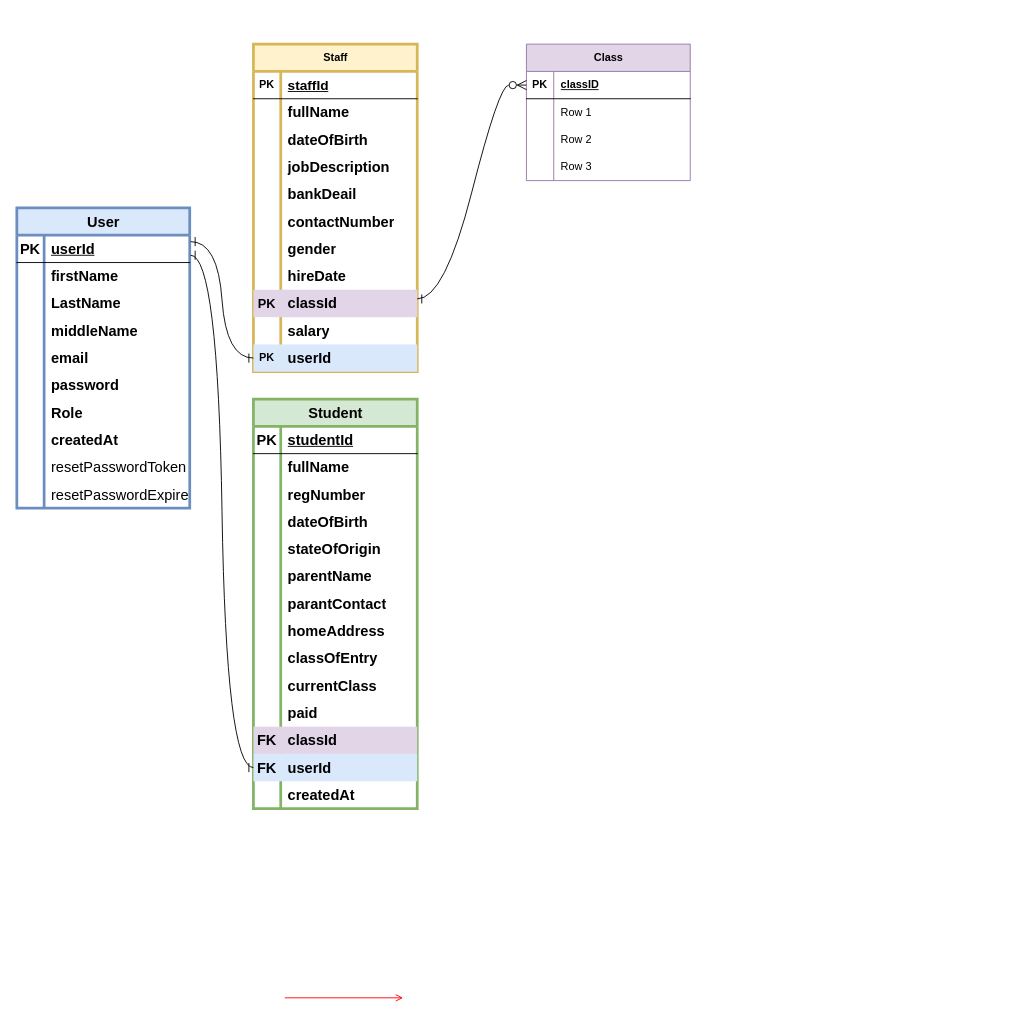
Earlier version of the draw.io diagram Untitled Diagram.drawio (Agu-Bright/umldiagram). Source tidied: cells renumbered, new cells numbered last; positions are measured from the earlier drawing's top-left corner, leaving out a move shared by most shapes. Both pictures are drawn from the tidied source at 91%, with x=0, y=0 at pixel (16, 44).
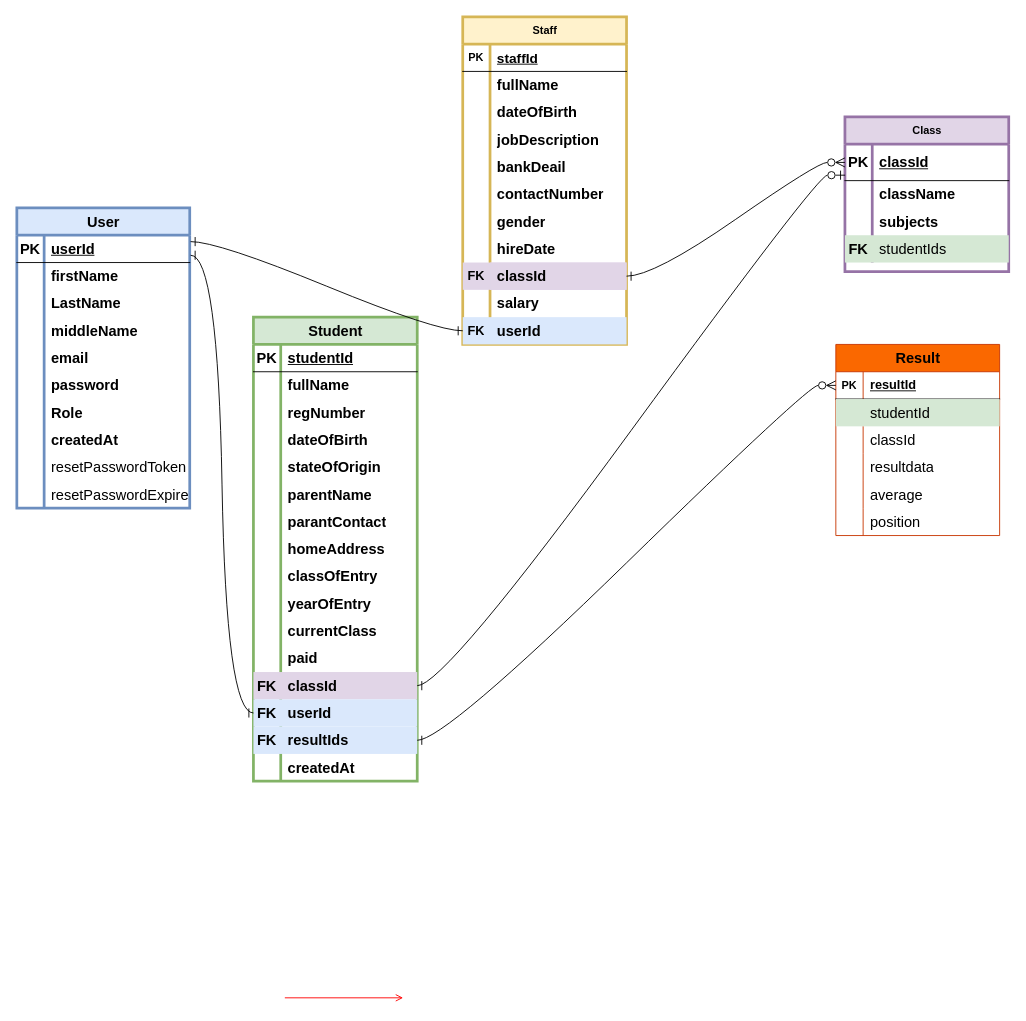
Above is the later version.

Unchanged cells that the change refers to:
```xml
<mxCell id="103" style="shape=tableRow;horizontal=0;startSize=0;swimlaneHead=0;swimlaneBody=0;fillColor=#e1d5e7;points=[[0,0.5],[1,0.5]];portConstraint=eastwest;top=0;left=0;right=0;bottom=0;strokeColor=#9673a6;" parent="78" vertex="1">
  <mxGeometry y="270" width="180" height="30" as="geometry" />
</mxCell>
<mxCell id="109" style="shape=tableRow;horizontal=0;startSize=0;swimlaneHead=0;swimlaneBody=0;fillColor=#dae8fc;points=[[0,0.5],[1,0.5]];portConstraint=eastwest;top=0;left=0;right=0;bottom=0;strokeColor=#6c8ebf;" parent="78" vertex="1">
  <mxGeometry y="330" width="180" height="30" as="geometry" />
</mxCell>
```

Change to the diagram source:
```diff
@@
     <mxCell id="34" value="Student" style="shape=table;startSize=30;childLayout=tableLayout;rowLines=0;fontStyle=1;align=center;html=1;fontSize=16;fillColor=#d5e8d4;strokeColor=#82b366;strokeWidth=3;" parent="1" vertex="1">
-      <mxGeometry x="260" y="390" width="180" height="450" as="geometry" />
+      <mxGeometry x="260" y="300" width="180" height="510" as="geometry" />
     </mxCell>
@@
-    <mxCell id="59" style="shape=tableRow;horizontal=0;startSize=0;swimlaneHead=0;swimlaneBody=0;fillColor=none;top=0;left=0;right=0;bottom=0;fontSize=16;" parent="34" vertex="1">
+    <mxCell id="59" style="shape=tableRow;horizontal=0;startSize=0;swimlaneHead=0;swimlaneBody=0;fillColor=none;top=0;left=0;right=0;bottom=0;fontSize=16;rounded=0;shadow=0;swimlaneLine=1;" parent="34" vertex="1">
       <mxGeometry y="270" width="180" height="30" as="geometry" />
     </mxCell>
@@
+    <mxCell id="127" style="shape=tableRow;horizontal=0;startSize=0;swimlaneHead=0;swimlaneBody=0;fillColor=none;top=0;left=0;right=0;bottom=0;fontSize=16;" parent="34" vertex="1">
+      <mxGeometry y="300" width="180" height="30" as="geometry" />
+    </mxCell>
+    <mxCell id="128" style="shape=partialRectangle;fillColor=none;top=0;left=0;bottom=0;right=0;overflow=hidden;whiteSpace=wrap;html=1;fontSize=16;" parent="127" vertex="1">
+      <mxGeometry width="30" height="30" as="geometry" />
+    </mxCell>
+    <mxCell id="129" value="&lt;b&gt;yearOfEntry&lt;/b&gt;" style="shape=partialRectangle;fillColor=none;top=0;left=0;bottom=0;right=0;align=left;spacingLeft=6;overflow=hidden;whiteSpace=wrap;html=1;fontSize=16;" parent="127" vertex="1">
+      <mxGeometry x="30" width="150" height="30" as="geometry" />
+    </mxCell>
     <mxCell id="62" style="shape=tableRow;horizontal=0;startSize=0;swimlaneHead=0;swimlaneBody=0;fillColor=none;top=0;left=0;right=0;bottom=0;fontSize=16;" parent="34" vertex="1">
-      <mxGeometry y="300" width="180" height="30" as="geometry" />
+      <mxGeometry y="330" width="180" height="30" as="geometry" />
     </mxCell>
@@
     <mxCell id="65" style="shape=tableRow;horizontal=0;startSize=0;swimlaneHead=0;swimlaneBody=0;fillColor=none;top=0;left=0;right=0;bottom=0;fontSize=16;" parent="34" vertex="1">
-      <mxGeometry y="330" width="180" height="30" as="geometry" />
+      <mxGeometry y="360" width="180" height="30" as="geometry" />
     </mxCell>
@@
     <mxCell id="68" style="shape=tableRow;horizontal=0;startSize=0;swimlaneHead=0;swimlaneBody=0;fillColor=#e1d5e7;points=[[0,0.5],[1,0.5]];portConstraint=eastwest;top=0;left=0;right=0;bottom=0;fontSize=16;strokeColor=#9673a6;" parent="34" vertex="1">
-      <mxGeometry y="360" width="180" height="30" as="geometry" />
+      <mxGeometry y="390" width="180" height="30" as="geometry" />
     </mxCell>
@@
     <mxCell id="71" style="shape=tableRow;horizontal=0;startSize=0;swimlaneHead=0;swimlaneBody=0;fillColor=#dae8fc;points=[[0,0.5],[1,0.5]];portConstraint=eastwest;top=0;left=0;right=0;bottom=0;fontSize=16;strokeColor=#6c8ebf;" parent="34" vertex="1">
-      <mxGeometry y="390" width="180" height="30" as="geometry" />
+      <mxGeometry y="420" width="180" height="30" as="geometry" />
     </mxCell>
@@
+    <mxCell id="130" style="shape=tableRow;horizontal=0;startSize=0;swimlaneHead=0;swimlaneBody=0;fillColor=#dae8fc;points=[[0,0.5],[1,0.5]];portConstraint=eastwest;top=0;left=0;right=0;bottom=0;fontSize=16;strokeColor=#6c8ebf;" parent="34" vertex="1">
+      <mxGeometry y="450" width="180" height="30" as="geometry" />
+    </mxCell>
+    <mxCell id="131" value="&lt;b&gt;FK&lt;/b&gt;" style="shape=partialRectangle;fillColor=none;top=0;left=0;bottom=0;right=0;overflow=hidden;whiteSpace=wrap;html=1;fontSize=16;" parent="130" vertex="1">
+      <mxGeometry width="30" height="30" as="geometry" />
+    </mxCell>
+    <mxCell id="132" value="&lt;b&gt;resultIds&lt;/b&gt;" style="shape=partialRectangle;fillColor=none;top=0;left=0;bottom=0;right=0;align=left;spacingLeft=6;overflow=hidden;whiteSpace=wrap;html=1;fontSize=16;" parent="130" vertex="1">
+      <mxGeometry x="30" width="150" height="30" as="geometry" />
+    </mxCell>
     <mxCell id="74" style="shape=tableRow;horizontal=0;startSize=0;swimlaneHead=0;swimlaneBody=0;fillColor=none;top=0;left=0;right=0;bottom=0;fontSize=16;" parent="34" vertex="1">
-      <mxGeometry y="420" width="180" height="30" as="geometry" />
+      <mxGeometry y="480" width="180" height="30" as="geometry" />
     </mxCell>
@@
     <mxCell id="78" value="Staff" style="shape=table;startSize=30;childLayout=tableLayout;rowLines=0;fontStyle=1;align=center;html=1;fillColor=#fff2cc;strokeColor=#d6b656;strokeWidth=3;" parent="1" vertex="1">
-      <mxGeometry x="260" width="180" height="360" as="geometry" />
+      <mxGeometry x="490" y="-30" width="180" height="360" as="geometry" />
     </mxCell>
@@
-    <mxCell id="104" value="&lt;b&gt;&lt;font style=&quot;font-size: 14px;&quot;&gt;PK&lt;/font&gt;&lt;/b&gt;" style="shape=partialRectangle;fillColor=none;top=0;left=0;bottom=0;right=0;overflow=hidden;whiteSpace=wrap;html=1;" parent="103" vertex="1">
+    <mxCell id="104" value="&lt;span style=&quot;font-size: 14px;&quot;&gt;&lt;b&gt;FK&lt;/b&gt;&lt;/span&gt;" style="shape=partialRectangle;fillColor=none;top=0;left=0;bottom=0;right=0;overflow=hidden;whiteSpace=wrap;html=1;" parent="103" vertex="1">
       <mxGeometry width="30" height="30" as="geometry" />
     </mxCell>
@@
-    <mxCell id="110" value="&lt;b&gt;PK&lt;/b&gt;" style="shape=partialRectangle;fillColor=none;top=0;left=0;bottom=0;right=0;overflow=hidden;whiteSpace=wrap;html=1;" parent="109" vertex="1">
+    <mxCell id="110" value="&lt;b style=&quot;border-color: var(--border-color); font-size: 14px;&quot;&gt;FK&lt;/b&gt;" style="shape=partialRectangle;fillColor=none;top=0;left=0;bottom=0;right=0;overflow=hidden;whiteSpace=wrap;html=1;" parent="109" vertex="1">
       <mxGeometry width="30" height="30" as="geometry" />
     </mxCell>
@@
-    <mxCell id="113" value="Class" style="shape=table;startSize=30;childLayout=tableLayout;rowLines=0;fontStyle=1;align=center;html=1;fillColor=#e1d5e7;strokeColor=#9673a6;" parent="1" vertex="1">
-      <mxGeometry x="560" width="180" height="150" as="geometry" />
+    <mxCell id="113" value="Class" style="shape=table;startSize=30;childLayout=tableLayout;rowLines=0;fontStyle=1;align=center;html=1;fillColor=#e1d5e7;strokeColor=#9673a6;strokeWidth=3;" parent="1" vertex="1">
+      <mxGeometry x="910" y="80" width="180" height="170" as="geometry" />
     </mxCell>
     <mxCell id="114" style="shape=tableRow;horizontal=0;startSize=0;swimlaneHead=0;swimlaneBody=0;fillColor=none;points=[[0,0.5],[1,0.5]];portConstraint=eastwest;top=0;left=0;right=0;bottom=1;" parent="113" vertex="1">
-      <mxGeometry y="30" width="180" height="30" as="geometry" />
+      <mxGeometry y="30" width="180" height="40" as="geometry" />
     </mxCell>
-    <mxCell id="115" value="PK" style="shape=partialRectangle;fillColor=none;top=0;left=0;bottom=0;right=0;fontStyle=1;overflow=hidden;whiteSpace=wrap;html=1;" parent="114" vertex="1">
-      <mxGeometry width="30" height="30" as="geometry" />
+    <mxCell id="115" value="&lt;font style=&quot;font-size: 16px;&quot;&gt;PK&lt;/font&gt;" style="shape=partialRectangle;fillColor=none;top=0;left=0;bottom=0;right=0;fontStyle=1;overflow=hidden;whiteSpace=wrap;html=1;" parent="114" vertex="1">
+      <mxGeometry width="30" height="40" as="geometry" />
     </mxCell>
-    <mxCell id="116" value="classID" style="shape=partialRectangle;fillColor=none;top=0;left=0;bottom=0;right=0;align=left;spacingLeft=6;fontStyle=5;overflow=hidden;whiteSpace=wrap;html=1;" parent="114" vertex="1">
-      <mxGeometry x="30" width="150" height="30" as="geometry" />
+    <mxCell id="116" value="&lt;font style=&quot;font-size: 16px;&quot;&gt;classId&lt;/font&gt;" style="shape=partialRectangle;fillColor=none;top=0;left=0;bottom=0;right=0;align=left;spacingLeft=6;fontStyle=5;overflow=hidden;whiteSpace=wrap;html=1;" parent="114" vertex="1">
+      <mxGeometry x="30" width="150" height="40" as="geometry" />
     </mxCell>
     <mxCell id="117" style="shape=tableRow;horizontal=0;startSize=0;swimlaneHead=0;swimlaneBody=0;fillColor=none;top=0;left=0;right=0;bottom=0;" parent="113" vertex="1">
-      <mxGeometry y="60" width="180" height="30" as="geometry" />
+      <mxGeometry y="70" width="180" height="30" as="geometry" />
     </mxCell>
@@
-    <mxCell id="119" value="Row 1" style="shape=partialRectangle;fillColor=none;top=0;left=0;bottom=0;right=0;align=left;spacingLeft=6;overflow=hidden;whiteSpace=wrap;html=1;" parent="117" vertex="1">
+    <mxCell id="119" value="&lt;font size=&quot;1&quot; style=&quot;&quot;&gt;&lt;b style=&quot;font-size: 16px;&quot;&gt;className&lt;/b&gt;&lt;/font&gt;" style="shape=partialRectangle;fillColor=none;top=0;left=0;bottom=0;right=0;align=left;spacingLeft=6;overflow=hidden;whiteSpace=wrap;html=1;" parent="117" vertex="1">
       <mxGeometry x="30" width="150" height="30" as="geometry" />
     </mxCell>
     <mxCell id="120" style="shape=tableRow;horizontal=0;startSize=0;swimlaneHead=0;swimlaneBody=0;fillColor=none;top=0;left=0;right=0;bottom=0;" parent="113" vertex="1">
-      <mxGeometry y="90" width="180" height="30" as="geometry" />
+      <mxGeometry y="100" width="180" height="30" as="geometry" />
     </mxCell>
@@
-    <mxCell id="122" value="Row 2" style="shape=partialRectangle;fillColor=none;top=0;left=0;bottom=0;right=0;align=left;spacingLeft=6;overflow=hidden;whiteSpace=wrap;html=1;" parent="120" vertex="1">
+    <mxCell id="122" value="&lt;font style=&quot;font-size: 16px;&quot;&gt;&lt;b&gt;subjects&lt;/b&gt;&lt;/font&gt;" style="shape=partialRectangle;fillColor=none;top=0;left=0;bottom=0;right=0;align=left;spacingLeft=6;overflow=hidden;whiteSpace=wrap;html=1;" parent="120" vertex="1">
       <mxGeometry x="30" width="150" height="30" as="geometry" />
     </mxCell>
-    <mxCell id="123" style="shape=tableRow;horizontal=0;startSize=0;swimlaneHead=0;swimlaneBody=0;fillColor=none;top=0;left=0;right=0;bottom=0;" parent="113" vertex="1">
-      <mxGeometry y="120" width="180" height="30" as="geometry" />
+    <mxCell id="123" style="shape=tableRow;horizontal=0;startSize=0;swimlaneHead=0;swimlaneBody=0;fillColor=#d5e8d4;top=0;left=0;right=0;bottom=0;strokeColor=#82b366;" parent="113" vertex="1">
+      <mxGeometry y="130" width="180" height="30" as="geometry" />
     </mxCell>
-    <mxCell id="124" style="shape=partialRectangle;fillColor=none;top=0;left=0;bottom=0;right=0;overflow=hidden;whiteSpace=wrap;html=1;" parent="123" vertex="1">
+    <mxCell id="124" value="&lt;font style=&quot;font-size: 16px;&quot;&gt;&lt;b&gt;FK&lt;/b&gt;&lt;/font&gt;" style="shape=partialRectangle;fillColor=none;top=0;left=0;bottom=0;right=0;overflow=hidden;whiteSpace=wrap;html=1;" parent="123" vertex="1">
       <mxGeometry width="30" height="30" as="geometry" />
     </mxCell>
-    <mxCell id="125" value="Row 3" style="shape=partialRectangle;fillColor=none;top=0;left=0;bottom=0;right=0;align=left;spacingLeft=6;overflow=hidden;whiteSpace=wrap;html=1;" parent="123" vertex="1">
+    <mxCell id="125" value="&lt;font size=&quot;3&quot;&gt;studentIds&lt;/font&gt;" style="shape=partialRectangle;fillColor=none;top=0;left=0;bottom=0;right=0;align=left;spacingLeft=6;overflow=hidden;whiteSpace=wrap;html=1;" parent="123" vertex="1">
       <mxGeometry x="30" width="150" height="30" as="geometry" />
     </mxCell>
-    <mxCell id="126" style="edgeStyle=entityRelationEdgeStyle;fontSize=12;html=1;endArrow=ERzeroToMany;endFill=0;rounded=0;startSize=8;endSize=8;curved=1;startArrow=ERone;startFill=0;entryX=0;entryY=0.5;entryDx=0;entryDy=0;" parent="1" edge="1" target="114">
-      <mxGeometry relative="1" as="geometry">
-        <mxPoint x="440" y="280" as="sourcePoint" />
-      </mxGeometry>
+    <mxCell id="126" style="edgeStyle=entityRelationEdgeStyle;fontSize=12;html=1;endArrow=ERzeroToMany;endFill=0;rounded=0;startSize=8;endSize=8;curved=1;startArrow=ERone;startFill=0;entryX=0;entryY=0.5;entryDx=0;entryDy=0;exitX=1;exitY=0.5;exitDx=0;exitDy=0;" parent="1" edge="1" source="103" target="114">
+      <mxGeometry relative="1" as="geometry" />
     </mxCell>
+    <mxCell id="133" style="edgeStyle=entityRelationEdgeStyle;fontSize=12;html=1;endArrow=ERzeroToOne;endFill=0;rounded=0;startSize=8;endSize=8;curved=1;startArrow=ERone;startFill=0;exitX=1;exitY=0.5;exitDx=0;exitDy=0;entryX=0.001;entryY=0.85;entryDx=0;entryDy=0;entryPerimeter=0;" parent="1" edge="1" source="68" target="114">
+      <mxGeometry relative="1" as="geometry" />
+    </mxCell>
+    <mxCell id="134" value="&lt;font style=&quot;font-size: 16px;&quot;&gt;Result&lt;/font&gt;" style="shape=table;startSize=30;childLayout=tableLayout;rowLines=0;fontStyle=1;align=center;html=1;fillColor=#fa6800;strokeColor=#C73500;fontColor=#000000;" parent="1" vertex="1">
+      <mxGeometry x="900" y="330" width="180" height="210" as="geometry" />
+    </mxCell>
+    <mxCell id="135" style="shape=tableRow;horizontal=0;startSize=0;swimlaneHead=0;swimlaneBody=0;fillColor=none;points=[[0,0.5],[1,0.5]];portConstraint=eastwest;top=0;left=0;right=0;bottom=1;" parent="134" vertex="1">
+      <mxGeometry y="30" width="180" height="30" as="geometry" />
+    </mxCell>
+    <mxCell id="136" value="PK" style="shape=partialRectangle;fillColor=none;top=0;left=0;bottom=0;right=0;fontStyle=1;overflow=hidden;whiteSpace=wrap;html=1;" parent="135" vertex="1">
+      <mxGeometry width="30" height="30" as="geometry" />
+    </mxCell>
+    <mxCell id="137" value="&lt;font style=&quot;font-size: 14px;&quot;&gt;resultId&lt;/font&gt;" style="shape=partialRectangle;fillColor=none;top=0;left=0;bottom=0;right=0;align=left;spacingLeft=6;fontStyle=5;overflow=hidden;whiteSpace=wrap;html=1;" parent="135" vertex="1">
+      <mxGeometry x="30" width="150" height="30" as="geometry" />
+    </mxCell>
+    <mxCell id="138" style="shape=tableRow;horizontal=0;startSize=0;swimlaneHead=0;swimlaneBody=0;fillColor=#d5e8d4;top=0;left=0;right=0;bottom=0;strokeColor=#82b366;" parent="134" vertex="1">
+      <mxGeometry y="60" width="180" height="30" as="geometry" />
+    </mxCell>
+    <mxCell id="139" style="shape=partialRectangle;fillColor=none;top=0;left=0;bottom=0;right=0;overflow=hidden;whiteSpace=wrap;html=1;" parent="138" vertex="1">
+      <mxGeometry width="30" height="30" as="geometry" />
+    </mxCell>
+    <mxCell id="140" value="&lt;font style=&quot;font-size: 16px;&quot;&gt;studentId&lt;/font&gt;" style="shape=partialRectangle;fillColor=none;top=0;left=0;bottom=0;right=0;align=left;spacingLeft=6;overflow=hidden;whiteSpace=wrap;html=1;" parent="138" vertex="1">
+      <mxGeometry x="30" width="150" height="30" as="geometry" />
+    </mxCell>
+    <mxCell id="141" style="shape=tableRow;horizontal=0;startSize=0;swimlaneHead=0;swimlaneBody=0;fillColor=none;top=0;left=0;right=0;bottom=0;" parent="134" vertex="1">
+      <mxGeometry y="90" width="180" height="30" as="geometry" />
+    </mxCell>
+    <mxCell id="142" style="shape=partialRectangle;fillColor=none;top=0;left=0;bottom=0;right=0;overflow=hidden;whiteSpace=wrap;html=1;" parent="141" vertex="1">
+      <mxGeometry width="30" height="30" as="geometry" />
+    </mxCell>
+    <mxCell id="143" value="&lt;span style=&quot;font-size: 16px;&quot;&gt;classId&lt;/span&gt;" style="shape=partialRectangle;fillColor=none;top=0;left=0;bottom=0;right=0;align=left;spacingLeft=6;overflow=hidden;whiteSpace=wrap;html=1;" parent="141" vertex="1">
+      <mxGeometry x="30" width="150" height="30" as="geometry" />
+    </mxCell>
+    <mxCell id="144" style="shape=tableRow;horizontal=0;startSize=0;swimlaneHead=0;swimlaneBody=0;fillColor=none;top=0;left=0;right=0;bottom=0;" parent="134" vertex="1">
+      <mxGeometry y="120" width="180" height="30" as="geometry" />
+    </mxCell>
+    <mxCell id="145" style="shape=partialRectangle;fillColor=none;top=0;left=0;bottom=0;right=0;overflow=hidden;whiteSpace=wrap;html=1;" parent="144" vertex="1">
+      <mxGeometry width="30" height="30" as="geometry" />
+    </mxCell>
+    <mxCell id="146" value="&lt;font style=&quot;font-size: 16px;&quot;&gt;resultdata&lt;/font&gt;" style="shape=partialRectangle;fillColor=none;top=0;left=0;bottom=0;right=0;align=left;spacingLeft=6;overflow=hidden;whiteSpace=wrap;html=1;" parent="144" vertex="1">
+      <mxGeometry x="30" width="150" height="30" as="geometry" />
+    </mxCell>
+    <mxCell id="147" style="shape=tableRow;horizontal=0;startSize=0;swimlaneHead=0;swimlaneBody=0;fillColor=none;top=0;left=0;right=0;bottom=0;" parent="134" vertex="1">
+      <mxGeometry y="150" width="180" height="30" as="geometry" />
+    </mxCell>
+    <mxCell id="148" style="shape=partialRectangle;fillColor=none;top=0;left=0;bottom=0;right=0;overflow=hidden;whiteSpace=wrap;html=1;" parent="147" vertex="1">
+      <mxGeometry width="30" height="30" as="geometry" />
+    </mxCell>
+    <mxCell id="149" value="&lt;font style=&quot;font-size: 16px;&quot;&gt;average&lt;/font&gt;" style="shape=partialRectangle;fillColor=none;top=0;left=0;bottom=0;right=0;align=left;spacingLeft=6;overflow=hidden;whiteSpace=wrap;html=1;" parent="147" vertex="1">
+      <mxGeometry x="30" width="150" height="30" as="geometry" />
+    </mxCell>
+    <mxCell id="150" style="shape=tableRow;horizontal=0;startSize=0;swimlaneHead=0;swimlaneBody=0;fillColor=none;top=0;left=0;right=0;bottom=0;" parent="134" vertex="1">
+      <mxGeometry y="180" width="180" height="30" as="geometry" />
+    </mxCell>
+    <mxCell id="151" style="shape=partialRectangle;fillColor=none;top=0;left=0;bottom=0;right=0;overflow=hidden;whiteSpace=wrap;html=1;" parent="150" vertex="1">
+      <mxGeometry width="30" height="30" as="geometry" />
+    </mxCell>
+    <mxCell id="152" value="&lt;font style=&quot;font-size: 16px;&quot;&gt;position&lt;/font&gt;" style="shape=partialRectangle;fillColor=none;top=0;left=0;bottom=0;right=0;align=left;spacingLeft=6;overflow=hidden;whiteSpace=wrap;html=1;" parent="150" vertex="1">
+      <mxGeometry x="30" width="150" height="30" as="geometry" />
+    </mxCell>
+    <mxCell id="153" style="edgeStyle=entityRelationEdgeStyle;fontSize=12;html=1;endArrow=ERzeroToMany;endFill=0;rounded=0;startSize=8;endSize=8;curved=1;startArrow=ERone;startFill=0;exitX=1;exitY=0.5;exitDx=0;exitDy=0;" parent="1" edge="1" source="130" target="135">
+      <mxGeometry relative="1" as="geometry" />
+    </mxCell>
```
